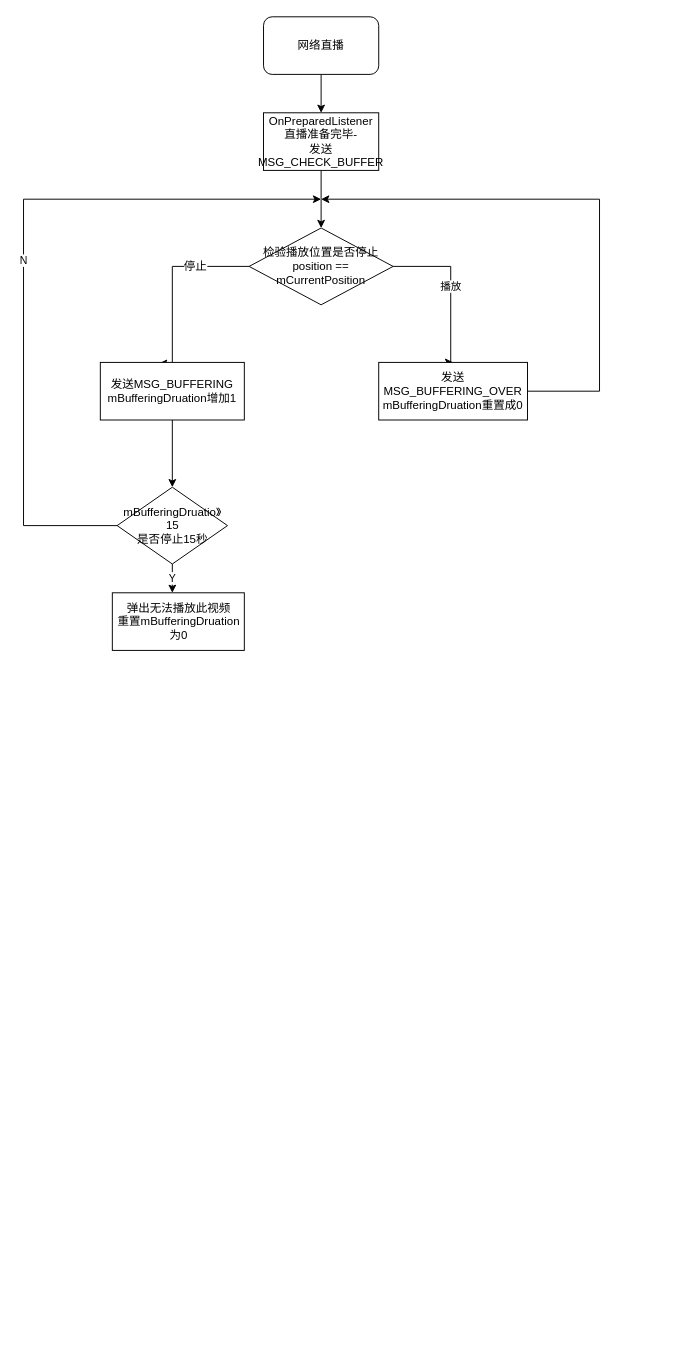
Above: 台基无法播放此视频.drawio in honghonglhh2018/ThinkingFlowChart (draw.io), before the change. Source tidied: cells renumbered, new cells numbered last; positions are measured from the earlier drawing's top-left corner, leaving out a move shared by most shapes. Both pictures are drawn from the tidied source at 96%, with x=0, y=0 at pixel (23, 16).
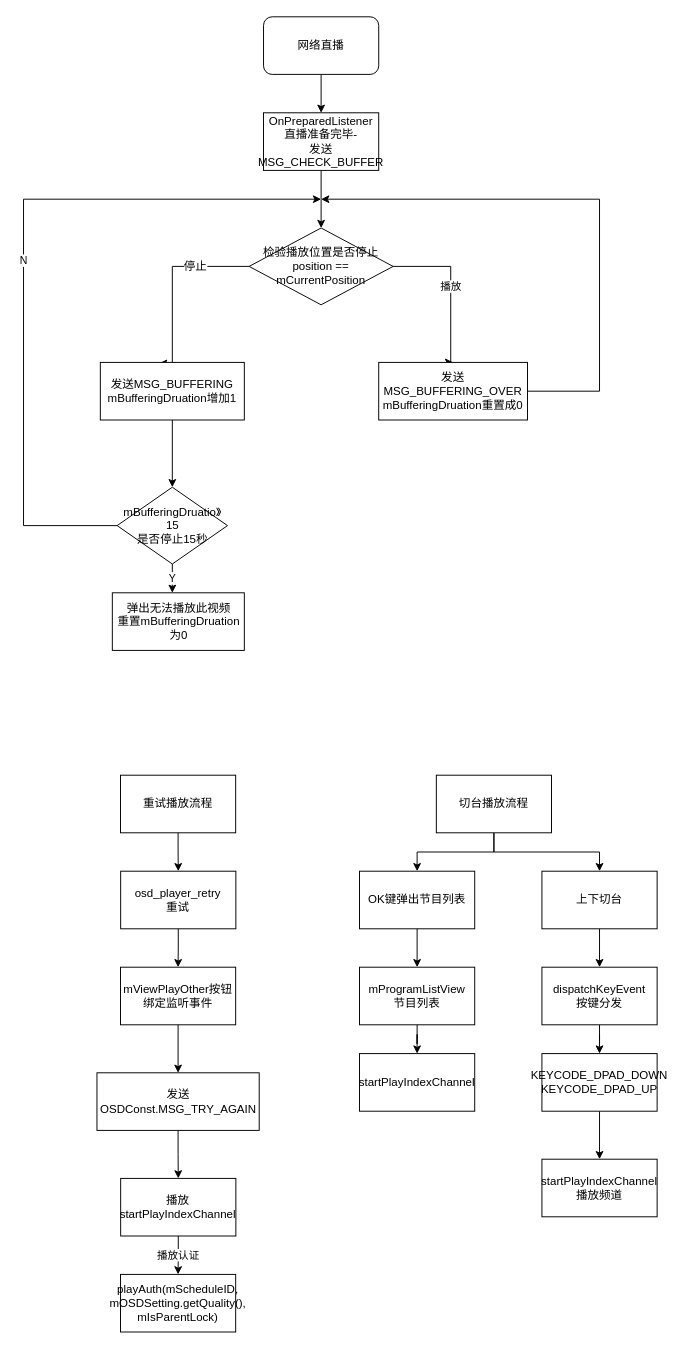
The same page after the edit.

Commit message:
更新台基无法播放此视频.drawio

The edit, as a diff of the source:
```diff
@@
+    <mxCell id="18" style="edgeStyle=orthogonalEdgeStyle;rounded=0;jettySize=auto;html=1;" parent="1" edge="1" source="19" target="21">
+      <mxGeometry relative="1" as="geometry" />
+    </mxCell>
+    <mxCell id="19" value="重试播放流程" style="rounded=0;whiteSpace=wrap;html=1;" parent="1" vertex="1">
+      <mxGeometry x="101" y="790" width="120" height="60" as="geometry" />
+    </mxCell>
+    <mxCell id="20" style="edgeStyle=orthogonalEdgeStyle;rounded=0;jettySize=auto;html=1;" parent="1" edge="1" source="21" target="23">
+      <mxGeometry relative="1" as="geometry" />
+    </mxCell>
+    <mxCell id="21" value="osd_player_retry&lt;br&gt;重试" style="rounded=0;whiteSpace=wrap;html=1;" parent="1" vertex="1">
+      <mxGeometry x="101.2" y="890" width="120" height="60" as="geometry" />
+    </mxCell>
+    <mxCell id="22" style="edgeStyle=orthogonalEdgeStyle;rounded=0;jettySize=auto;html=1;" parent="1" edge="1" source="23" target="25">
+      <mxGeometry relative="1" as="geometry" />
+    </mxCell>
+    <mxCell id="23" value="mViewPlayOther按钮绑定监听事件" style="rounded=0;whiteSpace=wrap;html=1;" parent="1" vertex="1">
+      <mxGeometry x="101" y="990" width="120" height="60" as="geometry" />
+    </mxCell>
+    <mxCell id="24" style="edgeStyle=orthogonalEdgeStyle;rounded=0;jettySize=auto;html=1;entryX=0.5;entryY=0;entryDx=0;entryDy=0;" parent="1" edge="1" source="25" target="27">
+      <mxGeometry relative="1" as="geometry" />
+    </mxCell>
+    <mxCell id="25" value="发送OSDConst.MSG_TRY_AGAIN" style="rounded=0;whiteSpace=wrap;html=1;" parent="1" vertex="1">
+      <mxGeometry x="76.5" y="1100" width="169" height="60" as="geometry" />
+    </mxCell>
+    <mxCell id="26" value="播放认证" style="edgeStyle=orthogonalEdgeStyle;rounded=0;jettySize=auto;html=1;" parent="1" edge="1" source="27" target="28">
+      <mxGeometry relative="1" as="geometry" />
+    </mxCell>
+    <mxCell id="27" value="播放&lt;br&gt;startPlayIndexChannel" style="rounded=0;whiteSpace=wrap;html=1;" parent="1" vertex="1">
+      <mxGeometry x="101.2" y="1210" width="120" height="60" as="geometry" />
+    </mxCell>
+    <mxCell id="28" value="playAuth(mScheduleID, mOSDSetting.getQuality(), mIsParentLock)" style="rounded=0;whiteSpace=wrap;html=1;" parent="1" vertex="1">
+      <mxGeometry x="101" y="1310" width="120" height="60" as="geometry" />
+    </mxCell>
+    <mxCell id="29" style="edgeStyle=orthogonalEdgeStyle;rounded=0;jettySize=auto;html=1;" parent="1" edge="1" source="31" target="33">
+      <mxGeometry relative="1" as="geometry" />
+    </mxCell>
+    <mxCell id="30" style="edgeStyle=orthogonalEdgeStyle;rounded=0;jettySize=auto;html=1;" parent="1" edge="1" source="31" target="35">
+      <mxGeometry relative="1" as="geometry" />
+    </mxCell>
+    <mxCell id="31" value="切台播放流程" style="rounded=0;whiteSpace=wrap;html=1;" parent="1" vertex="1">
+      <mxGeometry x="430" y="790" width="120" height="60" as="geometry" />
+    </mxCell>
+    <mxCell id="32" style="edgeStyle=orthogonalEdgeStyle;rounded=0;jettySize=auto;html=1;" parent="1" edge="1" source="33" target="37">
+      <mxGeometry relative="1" as="geometry" />
+    </mxCell>
+    <mxCell id="33" value="OK键弹出节目列表" style="rounded=0;whiteSpace=wrap;html=1;" parent="1" vertex="1">
+      <mxGeometry x="350" y="890" width="120" height="60" as="geometry" />
+    </mxCell>
+    <mxCell id="34" style="edgeStyle=orthogonalEdgeStyle;rounded=0;jettySize=auto;html=1;entryX=0.5;entryY=0;entryDx=0;entryDy=0;" parent="1" edge="1" source="35" target="40">
+      <mxGeometry relative="1" as="geometry" />
+    </mxCell>
+    <mxCell id="35" value="上下切台" style="rounded=0;whiteSpace=wrap;html=1;" parent="1" vertex="1">
+      <mxGeometry x="540" y="890" width="120" height="60" as="geometry" />
+    </mxCell>
+    <mxCell id="36" style="edgeStyle=orthogonalEdgeStyle;rounded=0;jettySize=auto;html=1;" parent="1" edge="1" source="37" target="38">
+      <mxGeometry relative="1" as="geometry" />
+    </mxCell>
+    <mxCell id="37" value="mProgramListView&lt;br&gt;节目列表" style="rounded=0;whiteSpace=wrap;html=1;" parent="1" vertex="1">
+      <mxGeometry x="350" y="990" width="120" height="60" as="geometry" />
+    </mxCell>
+    <mxCell id="38" value="startPlayIndexChannel" style="rounded=0;whiteSpace=wrap;html=1;" parent="1" vertex="1">
+      <mxGeometry x="350" y="1080" width="120" height="60" as="geometry" />
+    </mxCell>
+    <mxCell id="39" style="edgeStyle=orthogonalEdgeStyle;rounded=0;jettySize=auto;html=1;" parent="1" edge="1" source="40" target="42">
+      <mxGeometry relative="1" as="geometry" />
+    </mxCell>
+    <mxCell id="40" value="dispatchKeyEvent&lt;br&gt;按键分发" style="rounded=0;whiteSpace=wrap;html=1;" parent="1" vertex="1">
+      <mxGeometry x="540" y="990" width="120" height="60" as="geometry" />
+    </mxCell>
+    <mxCell id="41" style="edgeStyle=orthogonalEdgeStyle;rounded=0;jettySize=auto;html=1;" parent="1" edge="1" source="42" target="43">
+      <mxGeometry relative="1" as="geometry" />
+    </mxCell>
+    <mxCell id="42" value="KEYCODE_DPAD_DOWN&lt;br&gt;KEYCODE_DPAD_UP" style="rounded=0;whiteSpace=wrap;html=1;" parent="1" vertex="1">
+      <mxGeometry x="540" y="1080" width="120" height="60" as="geometry" />
+    </mxCell>
+    <mxCell id="43" value="startPlayIndexChannel&lt;br&gt;播放频道" style="rounded=0;whiteSpace=wrap;html=1;" parent="1" vertex="1">
+      <mxGeometry x="540" y="1190" width="120" height="60" as="geometry" />
+    </mxCell>
```
